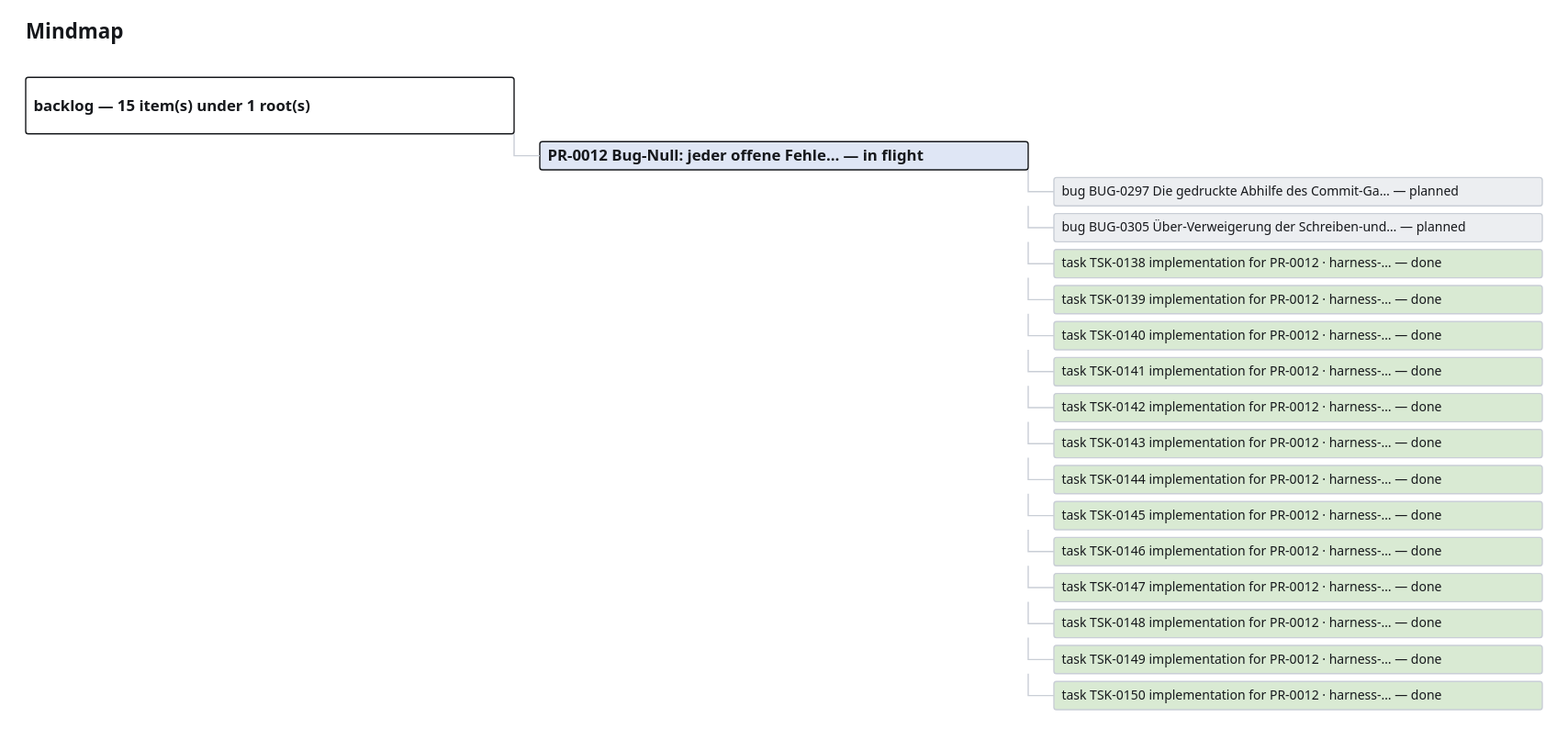
Earlier version of the draw.io export project_memory/generated/mindmap.drawio.svg (GiaZenX/harness). Source tidied: cells renumbered, new cells last; positions are measured from the earlier drawing's top-left corner, leaving out a move shared by most shapes.
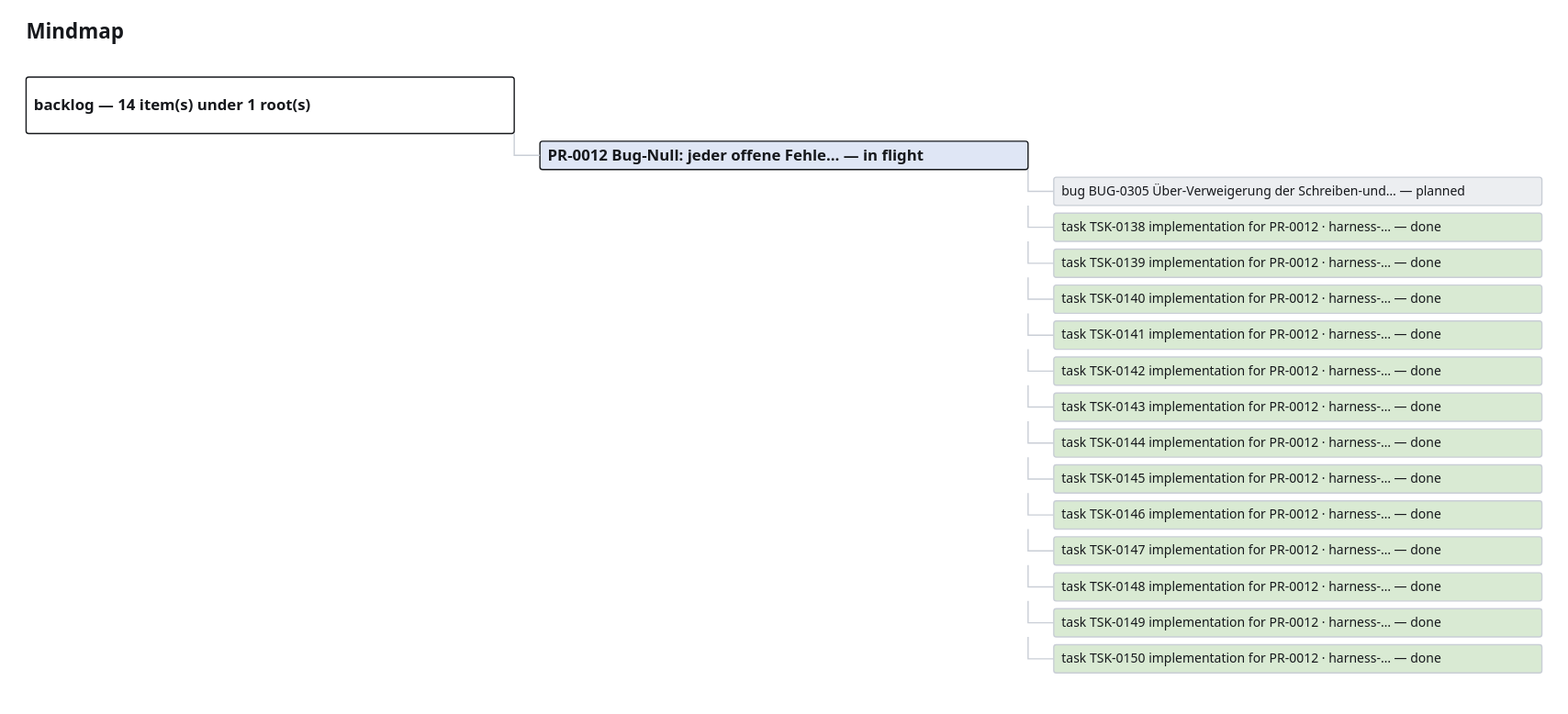
Later version of the same file.

What changed in the source:
```diff
@@ -5,7 +5,7 @@
     <mxCell id="2" value="Mindmap" style="text;html=1;fontSize=16;fontStyle=1;" parent="1" vertex="1">
       <mxGeometry width="300" height="20" as="geometry" />
     </mxCell>
-    <mxCell id="3" value="backlog — 15 item(s) under 1 root(s)" style="rounded=1;whiteSpace=wrap;html=1;fillColor=#ffffff;strokeColor=#16181c;fontSize=12;fontStyle=1;" parent="1" vertex="1">
+    <mxCell id="3" value="backlog — 14 item(s) under 1 root(s)" style="rounded=1;whiteSpace=wrap;html=1;fillColor=#ffffff;strokeColor=#16181c;fontSize=12;fontStyle=1;" parent="1" vertex="1">
       <mxGeometry y="44" width="380" height="44" as="geometry" />
     </mxCell>
     <mxCell id="4" value="PR-0012 Bug-Null: jeder offene Fehle… — in flight" style="rounded=1;whiteSpace=wrap;html=1;fillColor=#dfe6f5;strokeColor=#16181c;fontSize=12;fontStyle=1;" parent="1" vertex="1">
@@ -14,95 +14,89 @@
     <mxCell id="5" style="edgeStyle=orthogonalEdgeStyle;endArrow=none;strokeColor=#c9ced6;" parent="1" edge="1" source="3" target="4">
       <mxGeometry relative="1" as="geometry" />
     </mxCell>
-    <mxCell id="6" value="bug BUG-0297 Die gedruckte Abhilfe des Commit-Ga… — planned" style="rounded=1;whiteSpace=wrap;html=1;fillColor=#eceef1;strokeColor=#c9ced6;fontSize=10;" parent="1" vertex="1">
+    <mxCell id="6" value="bug BUG-0305 Über-Verweigerung der Schreiben-und… — planned" style="rounded=1;whiteSpace=wrap;html=1;fillColor=#eceef1;strokeColor=#c9ced6;fontSize=10;" parent="1" vertex="1">
       <mxGeometry x="800" y="122" width="380" height="22" as="geometry" />
     </mxCell>
     <mxCell id="7" style="edgeStyle=orthogonalEdgeStyle;endArrow=none;strokeColor=#c9ced6;" parent="1" edge="1" source="4" target="6">
       <mxGeometry relative="1" as="geometry" />
     </mxCell>
-    <mxCell id="8" value="bug BUG-0305 Über-Verweigerung der Schreiben-und… — planned" style="rounded=1;whiteSpace=wrap;html=1;fillColor=#eceef1;strokeColor=#c9ced6;fontSize=10;" parent="1" vertex="1">
+    <mxCell id="8" value="task TSK-0138 implementation for PR-0012 · harness-… — done" style="rounded=1;whiteSpace=wrap;html=1;fillColor=#d9ead3;strokeColor=#c9ced6;fontSize=10;" parent="1" vertex="1">
       <mxGeometry x="800" y="150" width="380" height="22" as="geometry" />
     </mxCell>
     <mxCell id="9" style="edgeStyle=orthogonalEdgeStyle;endArrow=none;strokeColor=#c9ced6;" parent="1" edge="1" source="4" target="8">
       <mxGeometry relative="1" as="geometry" />
     </mxCell>
-    <mxCell id="10" value="task TSK-0138 implementation for PR-0012 · harness-… — done" style="rounded=1;whiteSpace=wrap;html=1;fillColor=#d9ead3;strokeColor=#c9ced6;fontSize=10;" parent="1" vertex="1">
+    <mxCell id="10" value="task TSK-0139 implementation for PR-0012 · harness-… — done" style="rounded=1;whiteSpace=wrap;html=1;fillColor=#d9ead3;strokeColor=#c9ced6;fontSize=10;" parent="1" vertex="1">
       <mxGeometry x="800" y="178" width="380" height="22" as="geometry" />
     </mxCell>
     <mxCell id="11" style="edgeStyle=orthogonalEdgeStyle;endArrow=none;strokeColor=#c9ced6;" parent="1" edge="1" source="4" target="10">
       <mxGeometry relative="1" as="geometry" />
     </mxCell>
-    <mxCell id="12" value="task TSK-0139 implementation for PR-0012 · harness-… — done" style="rounded=1;whiteSpace=wrap;html=1;fillColor=#d9ead3;strokeColor=#c9ced6;fontSize=10;" parent="1" vertex="1">
+    <mxCell id="12" value="task TSK-0140 implementation for PR-0012 · harness-… — done" style="rounded=1;whiteSpace=wrap;html=1;fillColor=#d9ead3;strokeColor=#c9ced6;fontSize=10;" parent="1" vertex="1">
       <mxGeometry x="800" y="206" width="380" height="22" as="geometry" />
     </mxCell>
     <mxCell id="13" style="edgeStyle=orthogonalEdgeStyle;endArrow=none;strokeColor=#c9ced6;" parent="1" edge="1" source="4" target="12">
       <mxGeometry relative="1" as="geometry" />
     </mxCell>
-    <mxCell id="14" value="task TSK-0140 implementation for PR-0012 · harness-… — done" style="rounded=1;whiteSpace=wrap;html=1;fillColor=#d9ead3;strokeColor=#c9ced6;fontSize=10;" parent="1" vertex="1">
+    <mxCell id="14" value="task TSK-0141 implementation for PR-0012 · harness-… — done" style="rounded=1;whiteSpace=wrap;html=1;fillColor=#d9ead3;strokeColor=#c9ced6;fontSize=10;" parent="1" vertex="1">
       <mxGeometry x="800" y="234" width="380" height="22" as="geometry" />
     </mxCell>
     <mxCell id="15" style="edgeStyle=orthogonalEdgeStyle;endArrow=none;strokeColor=#c9ced6;" parent="1" edge="1" source="4" target="14">
       <mxGeometry relative="1" as="geometry" />
     </mxCell>
-    <mxCell id="16" value="task TSK-0141 implementation for PR-0012 · harness-… — done" style="rounded=1;whiteSpace=wrap;html=1;fillColor=#d9ead3;strokeColor=#c9ced6;fontSize=10;" parent="1" vertex="1">
+    <mxCell id="16" value="task TSK-0142 implementation for PR-0012 · harness-… — done" style="rounded=1;whiteSpace=wrap;html=1;fillColor=#d9ead3;strokeColor=#c9ced6;fontSize=10;" parent="1" vertex="1">
       <mxGeometry x="800" y="262" width="380" height="22" as="geometry" />
     </mxCell>
     <mxCell id="17" style="edgeStyle=orthogonalEdgeStyle;endArrow=none;strokeColor=#c9ced6;" parent="1" edge="1" source="4" target="16">
       <mxGeometry relative="1" as="geometry" />
     </mxCell>
-    <mxCell id="18" value="task TSK-0142 implementation for PR-0012 · harness-… — done" style="rounded=1;whiteSpace=wrap;html=1;fillColor=#d9ead3;strokeColor=#c9ced6;fontSize=10;" parent="1" vertex="1">
+    <mxCell id="18" value="task TSK-0143 implementation for PR-0012 · harness-… — done" style="rounded=1;whiteSpace=wrap;html=1;fillColor=#d9ead3;strokeColor=#c9ced6;fontSize=10;" parent="1" vertex="1">
       <mxGeometry x="800" y="290" width="380" height="22" as="geometry" />
     </mxCell>
     <mxCell id="19" style="edgeStyle=orthogonalEdgeStyle;endArrow=none;strokeColor=#c9ced6;" parent="1" edge="1" source="4" target="18">
       <mxGeometry relative="1" as="geometry" />
     </mxCell>
-    <mxCell id="20" value="task TSK-0143 implementation for PR-0012 · harness-… — done" style="rounded=1;whiteSpace=wrap;html=1;fillColor=#d9ead3;strokeColor=#c9ced6;fontSize=10;" parent="1" vertex="1">
+    <mxCell id="20" value="task TSK-0144 implementation for PR-0012 · harness-… — done" style="rounded=1;whiteSpace=wrap;html=1;fillColor=#d9ead3;strokeColor=#c9ced6;fontSize=10;" parent="1" vertex="1">
       <mxGeometry x="800" y="318" width="380" height="22" as="geometry" />
     </mxCell>
     <mxCell id="21" style="edgeStyle=orthogonalEdgeStyle;endArrow=none;strokeColor=#c9ced6;" parent="1" edge="1" source="4" target="20">
       <mxGeometry relative="1" as="geometry" />
     </mxCell>
-    <mxCell id="22" value="task TSK-0144 implementation for PR-0012 · harness-… — done" style="rounded=1;whiteSpace=wrap;html=1;fillColor=#d9ead3;strokeColor=#c9ced6;fontSize=10;" parent="1" vertex="1">
+    <mxCell id="22" value="task TSK-0145 implementation for PR-0012 · harness-… — done" style="rounded=1;whiteSpace=wrap;html=1;fillColor=#d9ead3;strokeColor=#c9ced6;fontSize=10;" parent="1" vertex="1">
       <mxGeometry x="800" y="346" width="380" height="22" as="geometry" />
     </mxCell>
     <mxCell id="23" style="edgeStyle=orthogonalEdgeStyle;endArrow=none;strokeColor=#c9ced6;" parent="1" edge="1" source="4" target="22">
       <mxGeometry relative="1" as="geometry" />
     </mxCell>
-    <mxCell id="24" value="task TSK-0145 implementation for PR-0012 · harness-… — done" style="rounded=1;whiteSpace=wrap;html=1;fillColor=#d9ead3;strokeColor=#c9ced6;fontSize=10;" parent="1" vertex="1">
+    <mxCell id="24" value="task TSK-0146 implementation for PR-0012 · harness-… — done" style="rounded=1;whiteSpace=wrap;html=1;fillColor=#d9ead3;strokeColor=#c9ced6;fontSize=10;" parent="1" vertex="1">
       <mxGeometry x="800" y="374" width="380" height="22" as="geometry" />
     </mxCell>
     <mxCell id="25" style="edgeStyle=orthogonalEdgeStyle;endArrow=none;strokeColor=#c9ced6;" parent="1" edge="1" source="4" target="24">
       <mxGeometry relative="1" as="geometry" />
     </mxCell>
-    <mxCell id="26" value="task TSK-0146 implementation for PR-0012 · harness-… — done" style="rounded=1;whiteSpace=wrap;html=1;fillColor=#d9ead3;strokeColor=#c9ced6;fontSize=10;" parent="1" vertex="1">
+    <mxCell id="26" value="task TSK-0147 implementation for PR-0012 · harness-… — done" style="rounded=1;whiteSpace=wrap;html=1;fillColor=#d9ead3;strokeColor=#c9ced6;fontSize=10;" parent="1" vertex="1">
       <mxGeometry x="800" y="402" width="380" height="22" as="geometry" />
     </mxCell>
     <mxCell id="27" style="edgeStyle=orthogonalEdgeStyle;endArrow=none;strokeColor=#c9ced6;" parent="1" edge="1" source="4" target="26">
       <mxGeometry relative="1" as="geometry" />
     </mxCell>
-    <mxCell id="28" value="task TSK-0147 implementation for PR-0012 · harness-… — done" style="rounded=1;whiteSpace=wrap;html=1;fillColor=#d9ead3;strokeColor=#c9ced6;fontSize=10;" parent="1" vertex="1">
+    <mxCell id="28" value="task TSK-0148 implementation for PR-0012 · harness-… — done" style="rounded=1;whiteSpace=wrap;html=1;fillColor=#d9ead3;strokeColor=#c9ced6;fontSize=10;" parent="1" vertex="1">
       <mxGeometry x="800" y="430" width="380" height="22" as="geometry" />
     </mxCell>
     <mxCell id="29" style="edgeStyle=orthogonalEdgeStyle;endArrow=none;strokeColor=#c9ced6;" parent="1" edge="1" source="4" target="28">
       <mxGeometry relative="1" as="geometry" />
     </mxCell>
-    <mxCell id="30" value="task TSK-0148 implementation for PR-0012 · harness-… — done" style="rounded=1;whiteSpace=wrap;html=1;fillColor=#d9ead3;strokeColor=#c9ced6;fontSize=10;" parent="1" vertex="1">
+    <mxCell id="30" value="task TSK-0149 implementation for PR-0012 · harness-… — done" style="rounded=1;whiteSpace=wrap;html=1;fillColor=#d9ead3;strokeColor=#c9ced6;fontSize=10;" parent="1" vertex="1">
       <mxGeometry x="800" y="458" width="380" height="22" as="geometry" />
     </mxCell>
     <mxCell id="31" style="edgeStyle=orthogonalEdgeStyle;endArrow=none;strokeColor=#c9ced6;" parent="1" edge="1" source="4" target="30">
       <mxGeometry relative="1" as="geometry" />
     </mxCell>
-    <mxCell id="32" value="task TSK-0149 implementation for PR-0012 · harness-… — done" style="rounded=1;whiteSpace=wrap;html=1;fillColor=#d9ead3;strokeColor=#c9ced6;fontSize=10;" parent="1" vertex="1">
+    <mxCell id="32" value="task TSK-0150 implementation for PR-0012 · harness-… — done" style="rounded=1;whiteSpace=wrap;html=1;fillColor=#d9ead3;strokeColor=#c9ced6;fontSize=10;" parent="1" vertex="1">
       <mxGeometry x="800" y="486" width="380" height="22" as="geometry" />
     </mxCell>
     <mxCell id="33" style="edgeStyle=orthogonalEdgeStyle;endArrow=none;strokeColor=#c9ced6;" parent="1" edge="1" source="4" target="32">
       <mxGeometry relative="1" as="geometry" />
     </mxCell>
-    <mxCell id="34" value="task TSK-0150 implementation for PR-0012 · harness-… — done" style="rounded=1;whiteSpace=wrap;html=1;fillColor=#d9ead3;strokeColor=#c9ced6;fontSize=10;" parent="1" vertex="1">
-      <mxGeometry x="800" y="514" width="380" height="22" as="geometry" />
-    </mxCell>
-    <mxCell id="35" style="edgeStyle=orthogonalEdgeStyle;endArrow=none;strokeColor=#c9ced6;" parent="1" edge="1" source="4" target="34">
-      <mxGeometry relative="1" as="geometry" />
-    </mxCell>
   </root>
 </mxGraphModel>
```
